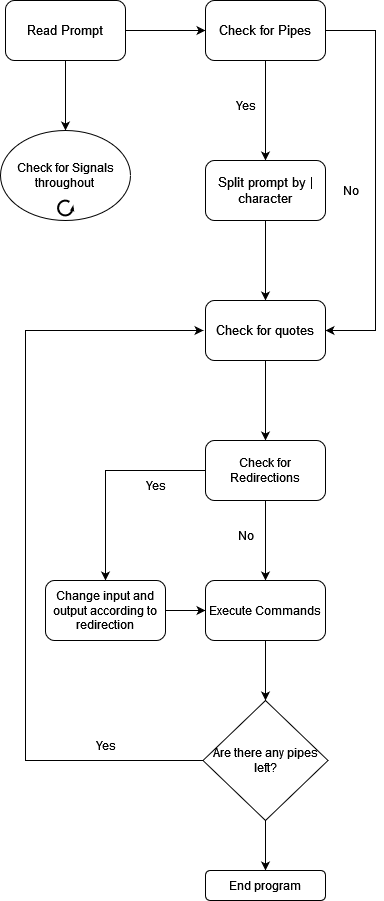
Earlier version of the draw.io export img/minishell flowchart.png (JeremyChooCK/42-Minishell). Source tidied: cells renumbered, new cells last; positions are measured from the earlier drawing's top-left corner, leaving out a move shared by most shapes. The source it was exported from:
```xml
<mxGraphModel>
  <root>
    <mxCell id="0" />
    <mxCell id="1" parent="0" />
    <mxCell id="2" style="edgeStyle=orthogonalEdgeStyle;rounded=0;jettySize=auto;html=1;" parent="1" edge="1" source="4" target="7">
      <mxGeometry relative="1" as="geometry" />
    </mxCell>
    <mxCell id="3" style="edgeStyle=orthogonalEdgeStyle;rounded=0;jettySize=auto;html=1;" parent="1" edge="1" source="4" target="28">
      <mxGeometry relative="1" as="geometry" />
    </mxCell>
    <mxCell id="4" value="&lt;font style=&quot;font-size: 13px;&quot;&gt;Read Prompt&lt;/font&gt;" style="rounded=1;whiteSpace=wrap;html=1;" parent="1" vertex="1">
      <mxGeometry x="5" width="120" height="60" as="geometry" />
    </mxCell>
    <mxCell id="5" style="edgeStyle=orthogonalEdgeStyle;rounded=0;jettySize=auto;html=1;entryX=1;entryY=0.5;entryDx=0;entryDy=0;" parent="1" edge="1" source="7" target="13">
      <mxGeometry relative="1" as="geometry">
        <Array as="points">
          <mxPoint x="375" y="30" />
          <mxPoint x="375" y="330" />
        </Array>
      </mxGeometry>
    </mxCell>
    <mxCell id="6" style="edgeStyle=orthogonalEdgeStyle;rounded=0;jettySize=auto;html=1;" parent="1" edge="1" source="7">
      <mxGeometry relative="1" as="geometry">
        <mxPoint x="265" y="160" as="targetPoint" />
      </mxGeometry>
    </mxCell>
    <mxCell id="7" value="&lt;font style=&quot;font-size: 13px;&quot;&gt;Check for Pipes&lt;/font&gt;" style="whiteSpace=wrap;html=1;rounded=1;" parent="1" vertex="1">
      <mxGeometry x="205" width="120" height="60" as="geometry" />
    </mxCell>
    <mxCell id="8" value="&lt;font style=&quot;font-size: 12px;&quot;&gt;No&lt;/font&gt;" style="text;html=1;align=center;verticalAlign=middle;strokeColor=none;fillColor=none;" parent="1" vertex="1">
      <mxGeometry x="330" y="175" width="40" height="30" as="geometry" />
    </mxCell>
    <mxCell id="9" value="Yes" style="text;html=1;align=center;verticalAlign=middle;strokeColor=none;fillColor=none;" parent="1" vertex="1">
      <mxGeometry x="225" y="90" width="40" height="30" as="geometry" />
    </mxCell>
    <mxCell id="10" style="edgeStyle=orthogonalEdgeStyle;rounded=0;jettySize=auto;html=1;" parent="1" edge="1" source="11" target="13">
      <mxGeometry relative="1" as="geometry" />
    </mxCell>
    <mxCell id="11" value="&lt;font style=&quot;font-size: 13px;&quot;&gt;Split prompt by | character&lt;/font&gt;" style="rounded=1;whiteSpace=wrap;html=1;" parent="1" vertex="1">
      <mxGeometry x="205" y="160" width="120" height="60" as="geometry" />
    </mxCell>
    <mxCell id="12" style="edgeStyle=orthogonalEdgeStyle;rounded=0;jettySize=auto;html=1;" parent="1" edge="1" source="13" target="16">
      <mxGeometry relative="1" as="geometry" />
    </mxCell>
    <mxCell id="13" value="&lt;font style=&quot;font-size: 13px;&quot;&gt;Check for quotes&lt;/font&gt;" style="whiteSpace=wrap;html=1;rounded=1;" parent="1" vertex="1">
      <mxGeometry x="205" y="300" width="120" height="60" as="geometry" />
    </mxCell>
    <mxCell id="14" style="edgeStyle=orthogonalEdgeStyle;rounded=0;jettySize=auto;html=1;" parent="1" edge="1" source="16" target="18">
      <mxGeometry relative="1" as="geometry" />
    </mxCell>
    <mxCell id="15" style="edgeStyle=orthogonalEdgeStyle;rounded=0;jettySize=auto;html=1;" parent="1" edge="1" source="16" target="20">
      <mxGeometry relative="1" as="geometry" />
    </mxCell>
    <mxCell id="16" value="Check for Redirections" style="whiteSpace=wrap;html=1;rounded=1;" parent="1" vertex="1">
      <mxGeometry x="205" y="440" width="120" height="60" as="geometry" />
    </mxCell>
    <mxCell id="17" style="edgeStyle=orthogonalEdgeStyle;rounded=0;jettySize=auto;html=1;" parent="1" edge="1" source="18" target="20">
      <mxGeometry relative="1" as="geometry" />
    </mxCell>
    <mxCell id="18" value="Change input and output according to redirection" style="whiteSpace=wrap;html=1;rounded=1;" parent="1" vertex="1">
      <mxGeometry x="45" y="580" width="120" height="60" as="geometry" />
    </mxCell>
    <mxCell id="19" style="edgeStyle=orthogonalEdgeStyle;rounded=0;jettySize=auto;html=1;" parent="1" edge="1" source="20" target="24">
      <mxGeometry relative="1" as="geometry" />
    </mxCell>
    <mxCell id="20" value="Execute Commands" style="whiteSpace=wrap;html=1;rounded=1;" parent="1" vertex="1">
      <mxGeometry x="205" y="580" width="120" height="60" as="geometry" />
    </mxCell>
    <mxCell id="21" value="Yes" style="text;html=1;align=center;verticalAlign=middle;strokeColor=none;fillColor=none;" parent="1" vertex="1">
      <mxGeometry x="135" y="470" width="40" height="30" as="geometry" />
    </mxCell>
    <mxCell id="22" value="&lt;font style=&quot;font-size: 12px;&quot;&gt;No&lt;/font&gt;" style="text;html=1;align=center;verticalAlign=middle;strokeColor=none;fillColor=none;" parent="1" vertex="1">
      <mxGeometry x="225" y="520" width="40" height="30" as="geometry" />
    </mxCell>
    <mxCell id="23" style="edgeStyle=orthogonalEdgeStyle;rounded=0;jettySize=auto;html=1;" parent="1" edge="1" source="24" target="27">
      <mxGeometry relative="1" as="geometry" />
    </mxCell>
    <mxCell id="24" value="Are there any pipes left?" style="rhombus;whiteSpace=wrap;html=1;rounded=0;" parent="1" vertex="1">
      <mxGeometry x="202.5" y="700" width="125" height="120" as="geometry" />
    </mxCell>
    <mxCell id="25" style="endArrow=classic;html=1;rounded=0;exitX=0;exitY=0.5;exitDx=0;exitDy=0;" parent="1" edge="1" source="24">
      <mxGeometry relative="1" as="geometry">
        <mxPoint x="203" y="330" as="targetPoint" />
        <Array as="points">
          <mxPoint x="25" y="760" />
          <mxPoint x="25" y="330" />
        </Array>
      </mxGeometry>
    </mxCell>
    <mxCell id="26" value="Yes" style="text;html=1;align=center;verticalAlign=middle;strokeColor=none;fillColor=none;" parent="1" vertex="1">
      <mxGeometry x="85" y="730" width="40" height="30" as="geometry" />
    </mxCell>
    <mxCell id="27" value="End program" style="rounded=1;whiteSpace=wrap;html=1;" parent="1" vertex="1">
      <mxGeometry x="205" y="870" width="120" height="30" as="geometry" />
    </mxCell>
    <mxCell id="28" value="&lt;div&gt;Check for Signals throughout&lt;br&gt;&lt;/div&gt;" style="ellipse;whiteSpace=wrap;html=1;" parent="1" vertex="1">
      <mxGeometry y="130" width="130" height="90" as="geometry" />
    </mxCell>
    <mxCell id="29" style="verticalLabelPosition=bottom;html=1;verticalAlign=top;strokeWidth=2;shape=mxgraph.lean_mapping.physical_pull;" parent="1" vertex="1">
      <mxGeometry x="57.5" y="200" width="15" height="15" as="geometry" />
    </mxCell>
  </root>
</mxGraphModel>
```
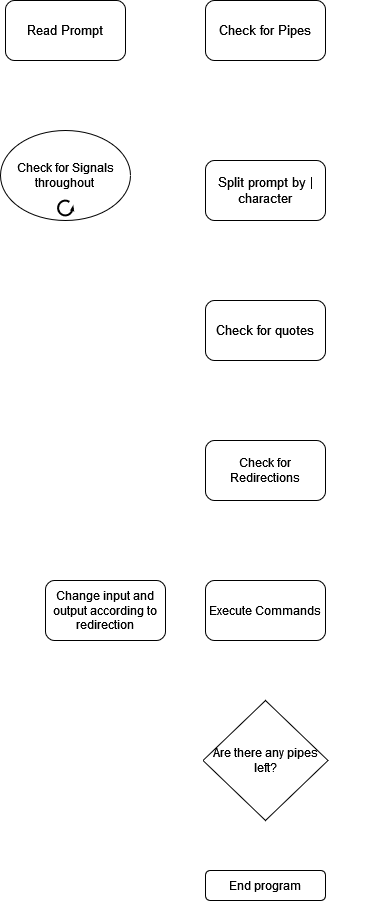
Later version of the same file.

Commit message:
edited flowchart colors to be more visible

Diff of the diagram source:
```diff
@@ -2,16 +2,16 @@
   <root>
     <mxCell id="0" />
     <mxCell id="1" parent="0" />
-    <mxCell id="2" style="edgeStyle=orthogonalEdgeStyle;rounded=0;jettySize=auto;html=1;" parent="1" edge="1" source="4" target="7">
+    <mxCell id="2" style="edgeStyle=orthogonalEdgeStyle;rounded=0;jettySize=auto;html=1;labelBackgroundColor=none;fontColor=#FFFFFF;labelBorderColor=none;strokeColor=#FFFFFF;" parent="1" edge="1" source="4" target="7">
       <mxGeometry relative="1" as="geometry" />
     </mxCell>
-    <mxCell id="3" style="edgeStyle=orthogonalEdgeStyle;rounded=0;jettySize=auto;html=1;" parent="1" edge="1" source="4" target="28">
+    <mxCell id="3" style="edgeStyle=orthogonalEdgeStyle;rounded=0;jettySize=auto;html=1;labelBackgroundColor=none;fontColor=#000000;labelBorderColor=none;strokeColor=#FFFFFF;" parent="1" edge="1" source="4" target="28">
       <mxGeometry relative="1" as="geometry" />
     </mxCell>
-    <mxCell id="4" value="&lt;font style=&quot;font-size: 13px;&quot;&gt;Read Prompt&lt;/font&gt;" style="rounded=1;whiteSpace=wrap;html=1;" parent="1" vertex="1">
+    <mxCell id="4" value="&lt;font style=&quot;font-size: 13px;&quot;&gt;Read Prompt&lt;/font&gt;" style="rounded=1;whiteSpace=wrap;html=1;labelBackgroundColor=none;labelBorderColor=none;fontColor=#000000;" parent="1" vertex="1">
       <mxGeometry x="5" width="120" height="60" as="geometry" />
     </mxCell>
-    <mxCell id="5" style="edgeStyle=orthogonalEdgeStyle;rounded=0;jettySize=auto;html=1;entryX=1;entryY=0.5;entryDx=0;entryDy=0;" parent="1" edge="1" source="7" target="13">
+    <mxCell id="5" style="edgeStyle=orthogonalEdgeStyle;rounded=0;jettySize=auto;html=1;entryX=1;entryY=0.5;entryDx=0;entryDy=0;labelBackgroundColor=none;fontColor=#000000;labelBorderColor=none;strokeColor=#FFFFFF;" parent="1" edge="1" source="7" target="13">
       <mxGeometry relative="1" as="geometry">
         <Array as="points">
           <mxPoint x="375" y="30" />
@@ -19,66 +19,66 @@
         </Array>
       </mxGeometry>
     </mxCell>
-    <mxCell id="6" style="edgeStyle=orthogonalEdgeStyle;rounded=0;jettySize=auto;html=1;" parent="1" edge="1" source="7">
+    <mxCell id="6" style="edgeStyle=orthogonalEdgeStyle;rounded=0;jettySize=auto;html=1;labelBackgroundColor=none;fontColor=#000000;labelBorderColor=none;strokeColor=#FFFFFF;" parent="1" edge="1" source="7">
       <mxGeometry relative="1" as="geometry">
         <mxPoint x="265" y="160" as="targetPoint" />
       </mxGeometry>
     </mxCell>
-    <mxCell id="7" value="&lt;font style=&quot;font-size: 13px;&quot;&gt;Check for Pipes&lt;/font&gt;" style="whiteSpace=wrap;html=1;rounded=1;" parent="1" vertex="1">
+    <mxCell id="7" value="&lt;font style=&quot;font-size: 13px;&quot;&gt;Check for Pipes&lt;/font&gt;" style="whiteSpace=wrap;html=1;rounded=1;labelBackgroundColor=none;labelBorderColor=none;fontColor=#000000;" parent="1" vertex="1">
       <mxGeometry x="205" width="120" height="60" as="geometry" />
     </mxCell>
-    <mxCell id="8" value="&lt;font style=&quot;font-size: 12px;&quot;&gt;No&lt;/font&gt;" style="text;html=1;align=center;verticalAlign=middle;strokeColor=none;fillColor=none;" parent="1" vertex="1">
+    <mxCell id="8" value="&lt;font style=&quot;font-size: 12px;&quot;&gt;No&lt;/font&gt;" style="text;html=1;align=center;verticalAlign=middle;strokeColor=none;fillColor=none;labelBackgroundColor=none;labelBorderColor=none;fontColor=#FFFFFF;" parent="1" vertex="1">
       <mxGeometry x="330" y="175" width="40" height="30" as="geometry" />
     </mxCell>
-    <mxCell id="9" value="Yes" style="text;html=1;align=center;verticalAlign=middle;strokeColor=none;fillColor=none;" parent="1" vertex="1">
+    <mxCell id="9" value="Yes" style="text;html=1;align=center;verticalAlign=middle;strokeColor=none;fillColor=none;labelBackgroundColor=none;labelBorderColor=none;fontColor=#FFFFFF;" parent="1" vertex="1">
       <mxGeometry x="225" y="90" width="40" height="30" as="geometry" />
     </mxCell>
-    <mxCell id="10" style="edgeStyle=orthogonalEdgeStyle;rounded=0;jettySize=auto;html=1;" parent="1" edge="1" source="11" target="13">
+    <mxCell id="10" style="edgeStyle=orthogonalEdgeStyle;rounded=0;jettySize=auto;html=1;labelBackgroundColor=none;fontColor=#000000;labelBorderColor=none;strokeColor=#FFFFFF;" parent="1" edge="1" source="11" target="13">
       <mxGeometry relative="1" as="geometry" />
     </mxCell>
-    <mxCell id="11" value="&lt;font style=&quot;font-size: 13px;&quot;&gt;Split prompt by | character&lt;/font&gt;" style="rounded=1;whiteSpace=wrap;html=1;" parent="1" vertex="1">
+    <mxCell id="11" value="&lt;font style=&quot;font-size: 13px;&quot;&gt;Split prompt by | character&lt;/font&gt;" style="rounded=1;whiteSpace=wrap;html=1;labelBackgroundColor=none;labelBorderColor=none;fontColor=#000000;" parent="1" vertex="1">
       <mxGeometry x="205" y="160" width="120" height="60" as="geometry" />
     </mxCell>
-    <mxCell id="12" style="edgeStyle=orthogonalEdgeStyle;rounded=0;jettySize=auto;html=1;" parent="1" edge="1" source="13" target="16">
+    <mxCell id="12" style="edgeStyle=orthogonalEdgeStyle;rounded=0;jettySize=auto;html=1;labelBackgroundColor=none;fontColor=#000000;labelBorderColor=none;strokeColor=#FFFFFF;" parent="1" edge="1" source="13" target="16">
       <mxGeometry relative="1" as="geometry" />
     </mxCell>
-    <mxCell id="13" value="&lt;font style=&quot;font-size: 13px;&quot;&gt;Check for quotes&lt;/font&gt;" style="whiteSpace=wrap;html=1;rounded=1;" parent="1" vertex="1">
+    <mxCell id="13" value="&lt;font style=&quot;font-size: 13px;&quot;&gt;Check for quotes&lt;/font&gt;" style="whiteSpace=wrap;html=1;rounded=1;labelBackgroundColor=none;labelBorderColor=none;fontColor=#000000;" parent="1" vertex="1">
       <mxGeometry x="205" y="300" width="120" height="60" as="geometry" />
     </mxCell>
-    <mxCell id="14" style="edgeStyle=orthogonalEdgeStyle;rounded=0;jettySize=auto;html=1;" parent="1" edge="1" source="16" target="18">
+    <mxCell id="14" style="edgeStyle=orthogonalEdgeStyle;rounded=0;jettySize=auto;html=1;labelBackgroundColor=none;fontColor=#000000;labelBorderColor=none;strokeColor=#FFFFFF;" parent="1" edge="1" source="16" target="18">
       <mxGeometry relative="1" as="geometry" />
     </mxCell>
-    <mxCell id="15" style="edgeStyle=orthogonalEdgeStyle;rounded=0;jettySize=auto;html=1;" parent="1" edge="1" source="16" target="20">
+    <mxCell id="15" style="edgeStyle=orthogonalEdgeStyle;rounded=0;jettySize=auto;html=1;labelBackgroundColor=none;fontColor=#000000;labelBorderColor=none;strokeColor=#FFFFFF;" parent="1" edge="1" source="16" target="20">
       <mxGeometry relative="1" as="geometry" />
     </mxCell>
-    <mxCell id="16" value="Check for Redirections" style="whiteSpace=wrap;html=1;rounded=1;" parent="1" vertex="1">
+    <mxCell id="16" value="Check for Redirections" style="whiteSpace=wrap;html=1;rounded=1;labelBackgroundColor=none;labelBorderColor=none;fontColor=#000000;" parent="1" vertex="1">
       <mxGeometry x="205" y="440" width="120" height="60" as="geometry" />
     </mxCell>
-    <mxCell id="17" style="edgeStyle=orthogonalEdgeStyle;rounded=0;jettySize=auto;html=1;" parent="1" edge="1" source="18" target="20">
+    <mxCell id="17" style="edgeStyle=orthogonalEdgeStyle;rounded=0;jettySize=auto;html=1;labelBackgroundColor=none;fontColor=#000000;labelBorderColor=none;strokeColor=#FFFFFF;" parent="1" edge="1" source="18" target="20">
       <mxGeometry relative="1" as="geometry" />
     </mxCell>
-    <mxCell id="18" value="Change input and output according to redirection" style="whiteSpace=wrap;html=1;rounded=1;" parent="1" vertex="1">
+    <mxCell id="18" value="Change input and output according to redirection" style="whiteSpace=wrap;html=1;rounded=1;labelBackgroundColor=none;labelBorderColor=none;fontColor=#000000;" parent="1" vertex="1">
       <mxGeometry x="45" y="580" width="120" height="60" as="geometry" />
     </mxCell>
-    <mxCell id="19" style="edgeStyle=orthogonalEdgeStyle;rounded=0;jettySize=auto;html=1;" parent="1" edge="1" source="20" target="24">
+    <mxCell id="19" style="edgeStyle=orthogonalEdgeStyle;rounded=0;jettySize=auto;html=1;labelBackgroundColor=none;fontColor=#000000;labelBorderColor=none;strokeColor=#FFFFFF;" parent="1" edge="1" source="20" target="24">
       <mxGeometry relative="1" as="geometry" />
     </mxCell>
-    <mxCell id="20" value="Execute Commands" style="whiteSpace=wrap;html=1;rounded=1;" parent="1" vertex="1">
+    <mxCell id="20" value="Execute Commands" style="whiteSpace=wrap;html=1;rounded=1;labelBackgroundColor=none;labelBorderColor=none;fontColor=#000000;" parent="1" vertex="1">
       <mxGeometry x="205" y="580" width="120" height="60" as="geometry" />
     </mxCell>
-    <mxCell id="21" value="Yes" style="text;html=1;align=center;verticalAlign=middle;strokeColor=none;fillColor=none;" parent="1" vertex="1">
+    <mxCell id="21" value="Yes" style="text;html=1;align=center;verticalAlign=middle;strokeColor=none;fillColor=none;labelBackgroundColor=none;labelBorderColor=none;fontColor=#FFFFFF;" parent="1" vertex="1">
       <mxGeometry x="135" y="470" width="40" height="30" as="geometry" />
     </mxCell>
-    <mxCell id="22" value="&lt;font style=&quot;font-size: 12px;&quot;&gt;No&lt;/font&gt;" style="text;html=1;align=center;verticalAlign=middle;strokeColor=none;fillColor=none;" parent="1" vertex="1">
+    <mxCell id="22" value="&lt;font style=&quot;font-size: 12px;&quot;&gt;No&lt;/font&gt;" style="text;html=1;align=center;verticalAlign=middle;strokeColor=none;fillColor=none;labelBackgroundColor=none;labelBorderColor=none;fontColor=#FFFFFF;" parent="1" vertex="1">
       <mxGeometry x="225" y="520" width="40" height="30" as="geometry" />
     </mxCell>
-    <mxCell id="23" style="edgeStyle=orthogonalEdgeStyle;rounded=0;jettySize=auto;html=1;" parent="1" edge="1" source="24" target="27">
+    <mxCell id="23" style="edgeStyle=orthogonalEdgeStyle;rounded=0;jettySize=auto;html=1;labelBackgroundColor=none;fontColor=#000000;labelBorderColor=none;strokeColor=#FFFFFF;" parent="1" edge="1" source="24" target="27">
       <mxGeometry relative="1" as="geometry" />
     </mxCell>
-    <mxCell id="24" value="Are there any pipes left?" style="rhombus;whiteSpace=wrap;html=1;rounded=0;" parent="1" vertex="1">
+    <mxCell id="24" value="Are there any pipes left?" style="rhombus;whiteSpace=wrap;html=1;rounded=0;labelBackgroundColor=none;labelBorderColor=none;fontColor=#000000;" parent="1" vertex="1">
       <mxGeometry x="202.5" y="700" width="125" height="120" as="geometry" />
     </mxCell>
-    <mxCell id="25" style="endArrow=classic;html=1;rounded=0;exitX=0;exitY=0.5;exitDx=0;exitDy=0;" parent="1" edge="1" source="24">
+    <mxCell id="25" style="endArrow=classic;html=1;rounded=0;exitX=0;exitY=0.5;exitDx=0;exitDy=0;labelBackgroundColor=none;fontColor=#000000;labelBorderColor=none;strokeColor=#FFFFFF;" parent="1" edge="1" source="24">
       <mxGeometry relative="1" as="geometry">
         <mxPoint x="203" y="330" as="targetPoint" />
         <Array as="points">
@@ -87,16 +87,16 @@
         </Array>
       </mxGeometry>
     </mxCell>
-    <mxCell id="26" value="Yes" style="text;html=1;align=center;verticalAlign=middle;strokeColor=none;fillColor=none;" parent="1" vertex="1">
+    <mxCell id="26" value="Yes" style="text;html=1;align=center;verticalAlign=middle;strokeColor=none;fillColor=none;labelBackgroundColor=none;labelBorderColor=none;fontColor=#FFFFFF;" parent="1" vertex="1">
       <mxGeometry x="85" y="730" width="40" height="30" as="geometry" />
     </mxCell>
-    <mxCell id="27" value="End program" style="rounded=1;whiteSpace=wrap;html=1;" parent="1" vertex="1">
+    <mxCell id="27" value="End program" style="rounded=1;whiteSpace=wrap;html=1;labelBackgroundColor=none;labelBorderColor=none;fontColor=#000000;" parent="1" vertex="1">
       <mxGeometry x="205" y="870" width="120" height="30" as="geometry" />
     </mxCell>
-    <mxCell id="28" value="&lt;div&gt;Check for Signals throughout&lt;br&gt;&lt;/div&gt;" style="ellipse;whiteSpace=wrap;html=1;" parent="1" vertex="1">
+    <mxCell id="28" value="&lt;div&gt;Check for Signals throughout&lt;br&gt;&lt;/div&gt;" style="ellipse;whiteSpace=wrap;html=1;labelBackgroundColor=none;labelBorderColor=none;fontColor=#000000;" parent="1" vertex="1">
       <mxGeometry y="130" width="130" height="90" as="geometry" />
     </mxCell>
-    <mxCell id="29" style="verticalLabelPosition=bottom;html=1;verticalAlign=top;strokeWidth=2;shape=mxgraph.lean_mapping.physical_pull;" parent="1" vertex="1">
+    <mxCell id="29" style="verticalLabelPosition=bottom;html=1;verticalAlign=top;strokeWidth=2;shape=mxgraph.lean_mapping.physical_pull;labelBackgroundColor=none;labelBorderColor=none;fontColor=#000000;" parent="1" vertex="1">
       <mxGeometry x="57.5" y="200" width="15" height="15" as="geometry" />
     </mxCell>
   </root>
```
